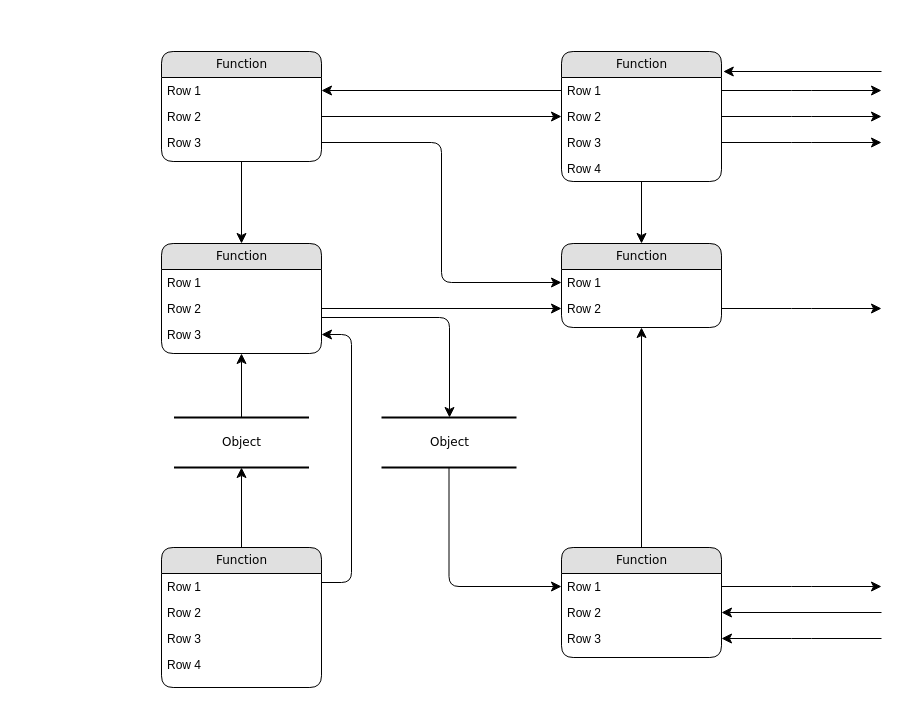
Earlier version of the draw.io diagram bhaskar.drawio (lsvoleti/drawings). Source tidied: cells renumbered, new cells numbered last; positions are measured from the earlier drawing's top-left corner, leaving out a move shared by most shapes. Both pictures are drawn from the tidied source at 100%, with x=0, y=0 at pixel (161, 51).
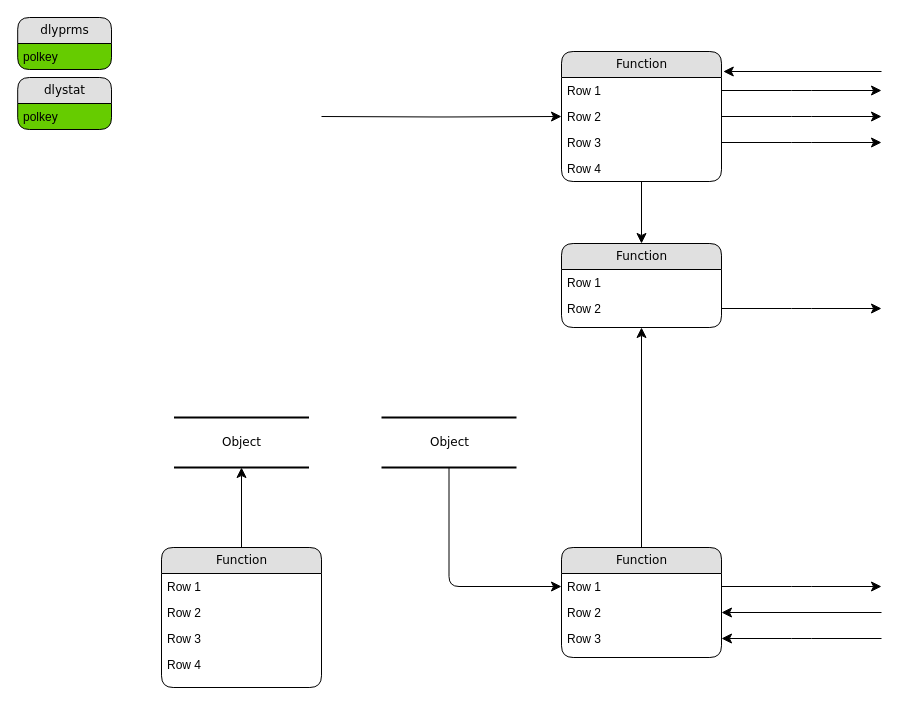
After the change.

Unchanged cells that the change refers to:
```xml
<mxCell id="2" value="Object" style="html=1;rounded=0;shadow=0;comic=0;labelBackgroundColor=none;strokeWidth=2;fontFamily=Verdana;fontSize=12;align=center;shape=mxgraph.ios7ui.horLines;" parent="1" vertex="1">
  <mxGeometry x="12.5" y="366" width="135" height="50" as="geometry" />
</mxCell>
<mxCell id="8" value="Row 1" style="text;html=1;strokeColor=none;fillColor=none;spacingLeft=4;spacingRight=4;whiteSpace=wrap;overflow=hidden;points=[[0,0.5],[1,0.5]];portConstraint=eastwest;" parent="7" vertex="1">
  <mxGeometry y="26" width="160" height="26" as="geometry" />
</mxCell>
<mxCell id="9" value="Row 2" style="text;html=1;strokeColor=none;fillColor=none;spacingLeft=4;spacingRight=4;whiteSpace=wrap;overflow=hidden;points=[[0,0.5],[1,0.5]];portConstraint=eastwest;" parent="7" vertex="1">
  <mxGeometry y="52" width="160" height="26" as="geometry" />
</mxCell>
<mxCell id="16" value="Function" style="swimlane;html=1;fontStyle=0;horizontal=1;startSize=26;fillColor=#e0e0e0;swimlaneFillColor=#ffffff;align=center;rounded=1;shadow=0;comic=0;labelBackgroundColor=none;strokeWidth=1;fontFamily=Verdana;fontSize=12;" parent="1" vertex="1">
  <mxGeometry y="496" width="160" height="140" as="geometry" />
</mxCell>
<mxCell id="22" value="Row 1" style="text;html=1;strokeColor=none;fillColor=none;spacingLeft=4;spacingRight=4;whiteSpace=wrap;overflow=hidden;points=[[0,0.5],[1,0.5]];portConstraint=eastwest;" parent="21" vertex="1">
  <mxGeometry y="26" width="160" height="26" as="geometry" />
</mxCell>
<mxCell id="23" value="Row 2" style="text;html=1;strokeColor=none;fillColor=none;spacingLeft=4;spacingRight=4;whiteSpace=wrap;overflow=hidden;points=[[0,0.5],[1,0.5]];portConstraint=eastwest;" parent="21" vertex="1">
  <mxGeometry y="52" width="160" height="26" as="geometry" />
</mxCell>
<mxCell id="28" value="Object" style="html=1;rounded=0;shadow=0;comic=0;labelBackgroundColor=none;strokeWidth=2;fontFamily=Verdana;fontSize=12;align=center;shape=mxgraph.ios7ui.horLines;" parent="1" vertex="1">
  <mxGeometry x="220" y="366" width="135" height="50" as="geometry" />
</mxCell>
```

What changed in the source:
```diff
@@
-    <mxCell id="3" value="Function" style="swimlane;html=1;fontStyle=0;horizontal=1;startSize=26;fillColor=#e0e0e0;swimlaneFillColor=#ffffff;align=center;rounded=1;shadow=0;comic=0;labelBackgroundColor=none;strokeWidth=1;fontFamily=Verdana;fontSize=12;" parent="1" vertex="1">
-      <mxGeometry width="160" height="110" as="geometry" />
+    <mxCell id="3" value="dlyprms" style="swimlane;html=1;fontStyle=0;horizontal=1;startSize=26;fillColor=#e0e0e0;swimlaneFillColor=#66CC00;align=center;rounded=1;shadow=0;comic=0;labelBackgroundColor=none;strokeWidth=1;fontFamily=Verdana;fontSize=12;" parent="1" vertex="1">
+      <mxGeometry x="-143.8" y="-34" width="93.8" height="52" as="geometry" />
     </mxCell>
-    <mxCell id="4" value="Row 1" style="text;html=1;strokeColor=none;fillColor=none;spacingLeft=4;spacingRight=4;whiteSpace=wrap;overflow=hidden;points=[[0,0.5],[1,0.5]];portConstraint=eastwest;" parent="3" vertex="1">
-      <mxGeometry y="26" width="160" height="26" as="geometry" />
+    <mxCell id="4" value="polkey" style="text;html=1;strokeColor=none;fillColor=none;spacingLeft=4;spacingRight=4;whiteSpace=wrap;overflow=hidden;points=[[0,0.5],[1,0.5]];portConstraint=eastwest;" parent="3" vertex="1">
+      <mxGeometry y="26" width="93.8" height="26" as="geometry" />
     </mxCell>
-    <mxCell id="5" value="Row 2" style="text;html=1;strokeColor=none;fillColor=none;spacingLeft=4;spacingRight=4;whiteSpace=wrap;overflow=hidden;points=[[0,0.5],[1,0.5]];portConstraint=eastwest;" parent="3" vertex="1">
-      <mxGeometry y="52" width="160" height="26" as="geometry" />
-    </mxCell>
-    <mxCell id="6" value="Row 3" style="text;html=1;strokeColor=none;fillColor=none;spacingLeft=4;spacingRight=4;whiteSpace=wrap;overflow=hidden;points=[[0,0.5],[1,0.5]];portConstraint=eastwest;" parent="3" vertex="1">
-      <mxGeometry y="78" width="160" height="26" as="geometry" />
-    </mxCell>
@@
-    <mxCell id="12" value="Function" style="swimlane;html=1;fontStyle=0;horizontal=1;startSize=26;fillColor=#e0e0e0;swimlaneFillColor=#ffffff;align=center;rounded=1;shadow=0;comic=0;labelBackgroundColor=none;strokeWidth=1;fontFamily=Verdana;fontSize=12;" parent="1" vertex="1">
-      <mxGeometry y="192" width="160" height="110" as="geometry" />
+    <mxCell id="12" value="dlystat" style="swimlane;html=1;fontStyle=0;horizontal=1;startSize=26;fillColor=#e0e0e0;swimlaneFillColor=#66CC00;align=center;rounded=1;shadow=0;comic=0;labelBackgroundColor=none;strokeWidth=1;fontFamily=Verdana;fontSize=12;" parent="1" vertex="1">
+      <mxGeometry x="-143.8" y="26" width="93.8" height="52" as="geometry" />
     </mxCell>
-    <mxCell id="13" value="Row 1" style="text;html=1;strokeColor=none;fillColor=none;spacingLeft=4;spacingRight=4;whiteSpace=wrap;overflow=hidden;" parent="12" vertex="1">
-      <mxGeometry y="26" width="160" height="26" as="geometry" />
+    <mxCell id="13" value="polkey" style="text;html=1;strokeColor=none;fillColor=none;spacingLeft=4;spacingRight=4;whiteSpace=wrap;overflow=hidden;" parent="12" vertex="1">
+      <mxGeometry y="26" width="93.8" height="26" as="geometry" />
     </mxCell>
-    <mxCell id="14" value="Row 2" style="text;html=1;strokeColor=none;fillColor=none;spacingLeft=4;spacingRight=4;whiteSpace=wrap;overflow=hidden;points=[[0,0.5],[1,0.5]];portConstraint=eastwest;" parent="12" vertex="1">
-      <mxGeometry y="52" width="160" height="26" as="geometry" />
-    </mxCell>
-    <mxCell id="15" value="Row 3" style="text;html=1;strokeColor=none;fillColor=none;spacingLeft=4;spacingRight=4;whiteSpace=wrap;overflow=hidden;points=[[0,0.5],[1,0.5]];portConstraint=eastwest;" parent="12" vertex="1">
-      <mxGeometry y="78" width="160" height="26" as="geometry" />
-    </mxCell>
@@
-    <mxCell id="30" style="edgeStyle=none;html=1;labelBackgroundColor=none;startFill=0;startSize=8;endFill=1;endSize=8;fontFamily=Verdana;fontSize=12;" parent="1" edge="1" source="2" target="12">
-      <mxGeometry relative="1" as="geometry" />
-    </mxCell>
-    <mxCell id="31" style="edgeStyle=orthogonalEdgeStyle;html=1;labelBackgroundColor=none;startFill=0;startSize=8;endFill=1;endSize=8;fontFamily=Verdana;fontSize=12;exitX=1;exitY=0.25;entryX=1;entryY=0.5;" parent="1" edge="1" source="16" target="15">
-      <mxGeometry relative="1" as="geometry">
-        <Array as="points">
-          <mxPoint x="190" y="531" />
-          <mxPoint x="190" y="283" />
-        </Array>
-      </mxGeometry>
-    </mxCell>
@@
-    <mxCell id="33" style="edgeStyle=orthogonalEdgeStyle;html=1;labelBackgroundColor=none;startFill=0;startSize=8;endFill=1;endSize=8;fontFamily=Verdana;fontSize=12;" parent="1" edge="1" source="12" target="28">
-      <mxGeometry relative="1" as="geometry">
-        <Array as="points">
-          <mxPoint x="288" y="266" />
-        </Array>
-      </mxGeometry>
-    </mxCell>
-    <mxCell id="34" style="edgeStyle=orthogonalEdgeStyle;html=1;labelBackgroundColor=none;startFill=0;startSize=8;endFill=1;endSize=8;fontFamily=Verdana;fontSize=12;" parent="1" edge="1" source="3" target="12">
-      <mxGeometry relative="1" as="geometry" />
-    </mxCell>
@@
-    <mxCell id="37" style="edgeStyle=orthogonalEdgeStyle;html=1;entryX=0;entryY=0.5;labelBackgroundColor=none;startFill=0;startSize=8;endFill=1;endSize=8;fontFamily=Verdana;fontSize=12;exitX=1;exitY=0.5;" parent="1" edge="1" source="5" target="9">
-      <mxGeometry relative="1" as="geometry" />
+    <mxCell id="37" style="edgeStyle=orthogonalEdgeStyle;html=1;entryX=0;entryY=0.5;labelBackgroundColor=none;startFill=0;startSize=8;endFill=1;endSize=8;fontFamily=Verdana;fontSize=12;exitX=1;exitY=0.5;" parent="1" edge="1" target="9">
+      <mxGeometry relative="1" as="geometry">
+        <mxPoint x="160" y="65" as="sourcePoint" />
+      </mxGeometry>
     </mxCell>
-    <mxCell id="38" style="edgeStyle=orthogonalEdgeStyle;html=1;exitX=0;exitY=0.5;entryX=1;entryY=0.5;labelBackgroundColor=none;startFill=0;startSize=8;endFill=1;endSize=8;fontFamily=Verdana;fontSize=12;" parent="1" edge="1" source="8" target="4">
-      <mxGeometry relative="1" as="geometry" />
-    </mxCell>
-    <mxCell id="39" style="edgeStyle=orthogonalEdgeStyle;html=1;exitX=1;exitY=0.5;entryX=0;entryY=0.5;labelBackgroundColor=none;startFill=0;startSize=8;endFill=1;endSize=8;fontFamily=Verdana;fontSize=12;" parent="1" edge="1" source="6" target="22">
-      <mxGeometry relative="1" as="geometry" />
-    </mxCell>
-    <mxCell id="40" style="edgeStyle=orthogonalEdgeStyle;html=1;exitX=1;exitY=0.5;entryX=0;entryY=0.5;labelBackgroundColor=none;startFill=0;startSize=8;endFill=1;endSize=8;fontFamily=Verdana;fontSize=12;" parent="1" edge="1" source="14" target="23">
-      <mxGeometry relative="1" as="geometry" />
-    </mxCell>
```
